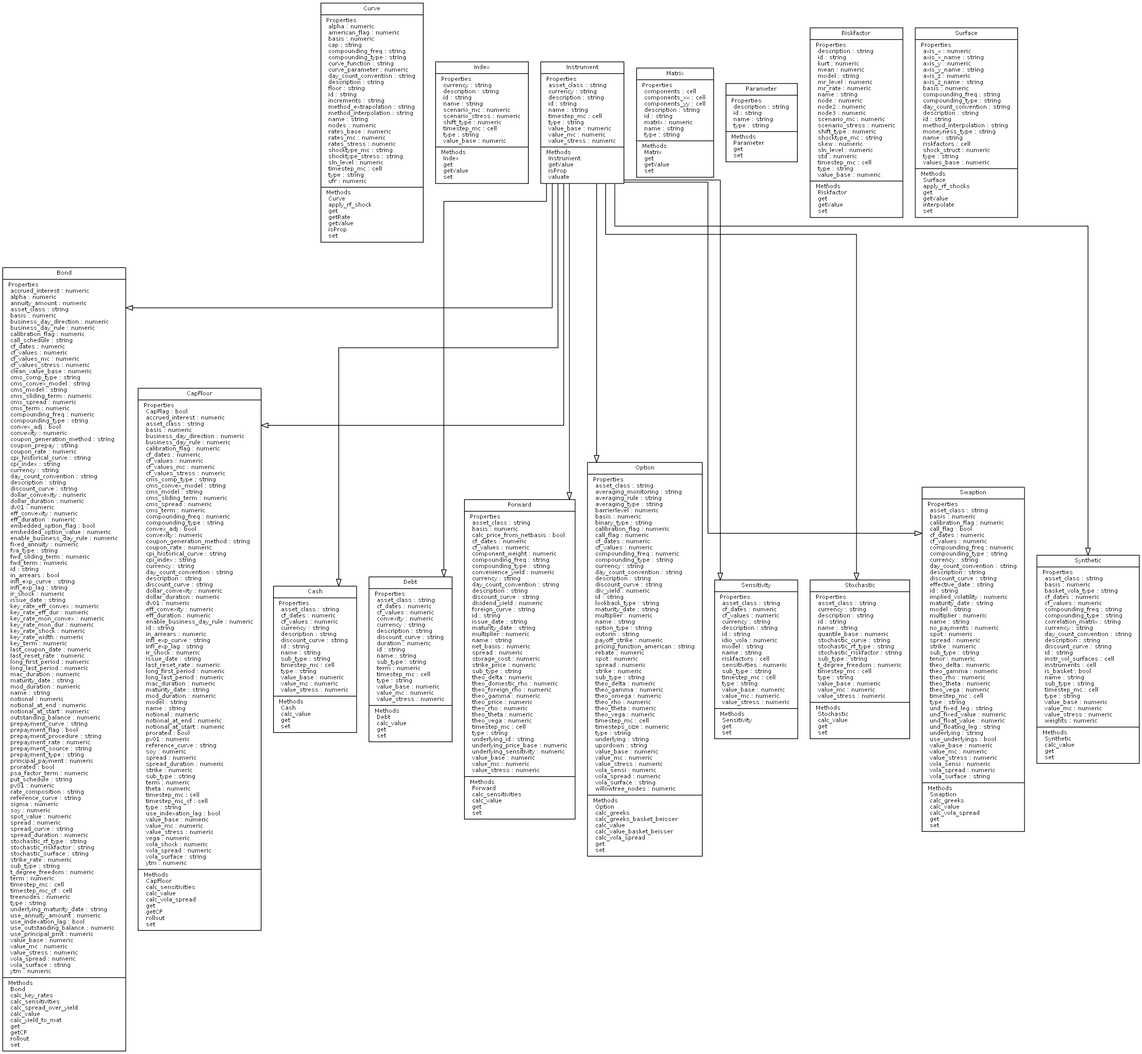
This is octariskclass.png from octarisk/documentation, a Graphviz export, as it was before one commit. Its source is kept beside it as octariskclass.dot.
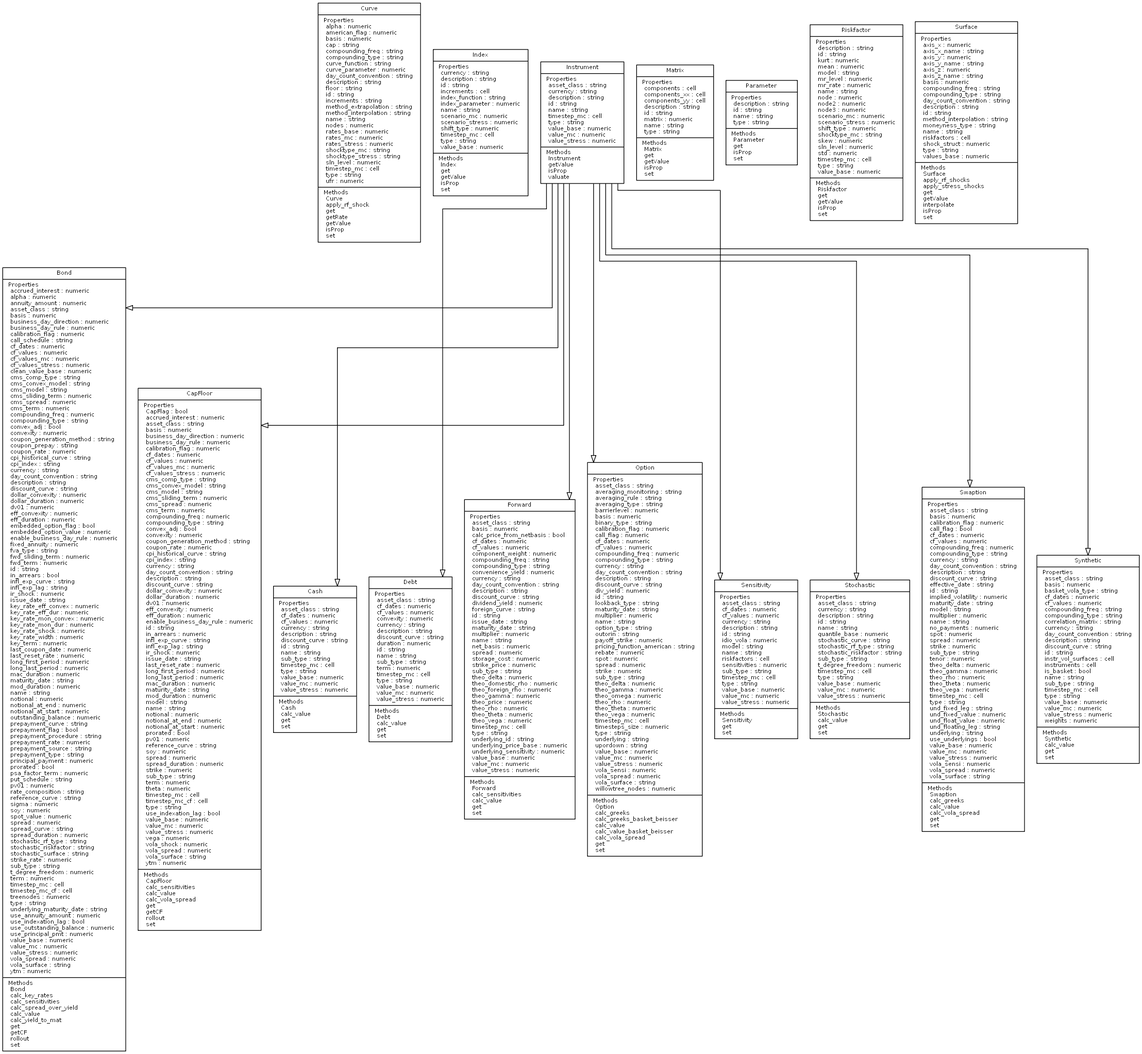
The same diagram one commit later.

Change to the diagram source:
```diff
@@ -57,6 +57,9 @@
 			currency : string \l
 			description : string \l
 			id : string \l
+			increments : cell \l
+			index_function : string \l
+			index_parameter : numeric \l
 			name : string \l
 			scenario_mc : numeric \l
 			scenario_stress : numeric \l
@@ -69,6 +72,7 @@
 			Index \l
 			get \l
 			getValue \l
+			isProp \l
 			set \l
 		}"
 	]
@@ -109,6 +113,7 @@
 			Matrix \l
 			get \l
 			getValue \l
+			isProp \l
 			set \l
 		}"
 	]
@@ -123,6 +128,7 @@
 			Methods \l
 			Parameter \l
 			get \l
+			isProp \l
 			set \l
 		}"
 	]
@@ -155,6 +161,7 @@
 			Riskfactor \l
 			get \l
 			getValue \l
+			isProp \l
 			set \l
 		}"
 	]
@@ -184,9 +191,11 @@
 			Methods \l
 			Surface \l
 			apply_rf_shocks \l
+			apply_stress_shocks \l
 			get \l
 			getValue \l
 			interpolate \l
+			isProp \l
 			set \l
 		}"
 	]
```
